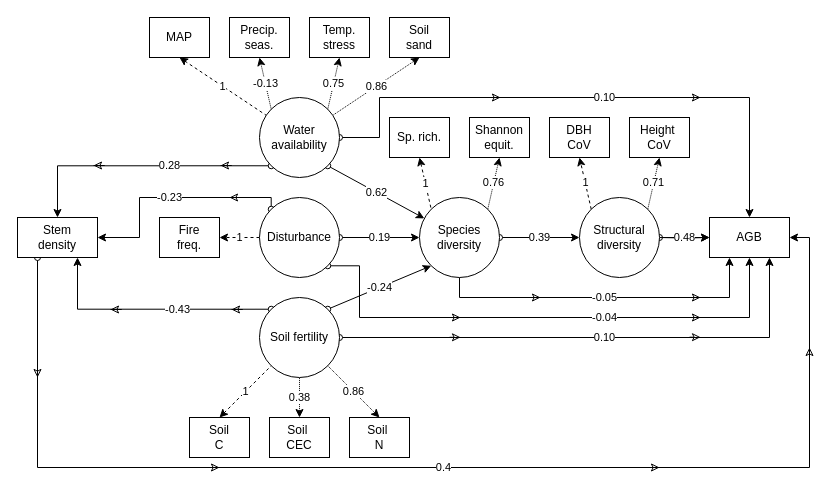
This is sem_path_diag/full.drawio from johngodlee/southern_african_befr, a draw.io file, before an edit. Source tidied: cells renumbered, new cells numbered last; positions are measured from the earlier drawing's top-left corner, leaving out a move shared by most shapes. Both pictures are drawn from the tidied source at 100%, with x=0, y=0 at pixel (17, 17).
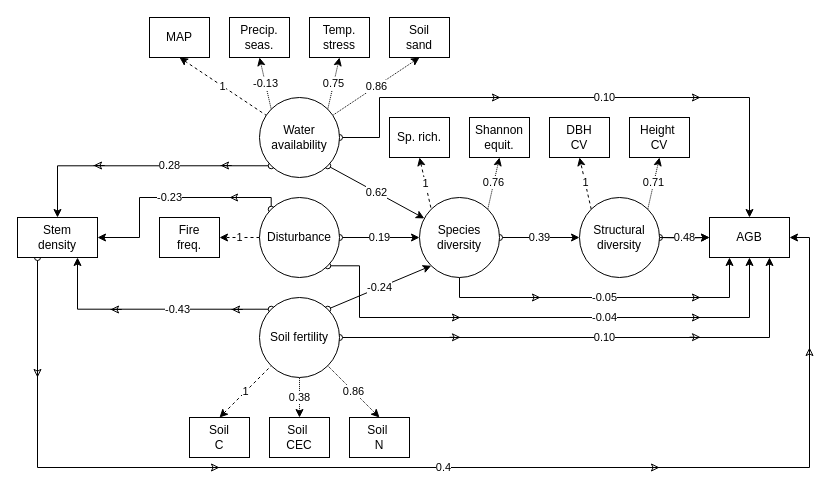
The same page after the edit.

The edit, as a diff of the source:
```diff
@@
-    <mxCell id="30" value="DBH &lt;br&gt;CoV" style="rounded=1;whiteSpace=wrap;html=1;fontSize=12;glass=0;strokeWidth=1;shadow=0;arcSize=0;align=center;fontStyle=0;" parent="1" vertex="1">
+    <mxCell id="30" value="DBH &lt;br&gt;CV" style="rounded=1;whiteSpace=wrap;html=1;fontSize=12;glass=0;strokeWidth=1;shadow=0;arcSize=0;align=center;fontStyle=0;" parent="1" vertex="1">
       <mxGeometry x="532" y="100" width="60" height="40" as="geometry" />
     </mxCell>
-    <mxCell id="31" value="Height&amp;nbsp;&lt;br&gt;CoV" style="rounded=1;whiteSpace=wrap;html=1;fontSize=12;glass=0;strokeWidth=1;shadow=0;arcSize=0;align=center;fontStyle=0;" parent="1" vertex="1">
+    <mxCell id="31" value="Height&amp;nbsp;&lt;br&gt;CV" style="rounded=1;whiteSpace=wrap;html=1;fontSize=12;glass=0;strokeWidth=1;shadow=0;arcSize=0;align=center;fontStyle=0;" parent="1" vertex="1">
       <mxGeometry x="612" y="100" width="60" height="40" as="geometry" />
     </mxCell>
```
